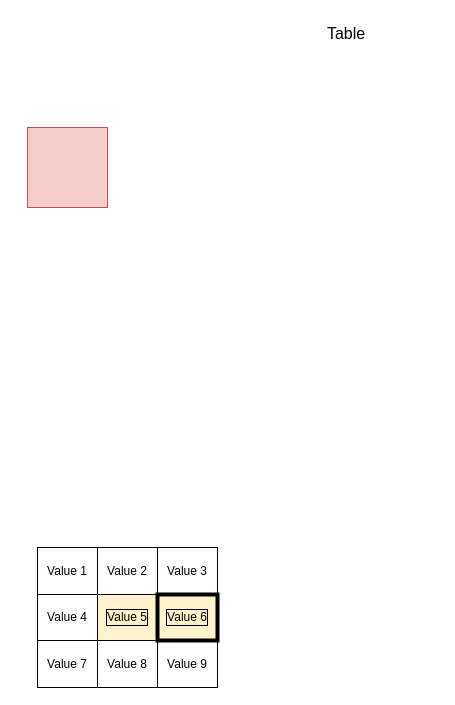
The draw.io diagram page "ページ1" (1 of 2) of 課題１.drawio in hosokawa3217/uml-assignment, before the edit. Source tidied: cells renumbered, new cells numbered last; positions are measured from the earlier drawing's top-left corner, leaving out a move shared by most shapes. Both pictures are drawn from the tidied source at 100%, with x=0, y=0 at pixel (27, 17).
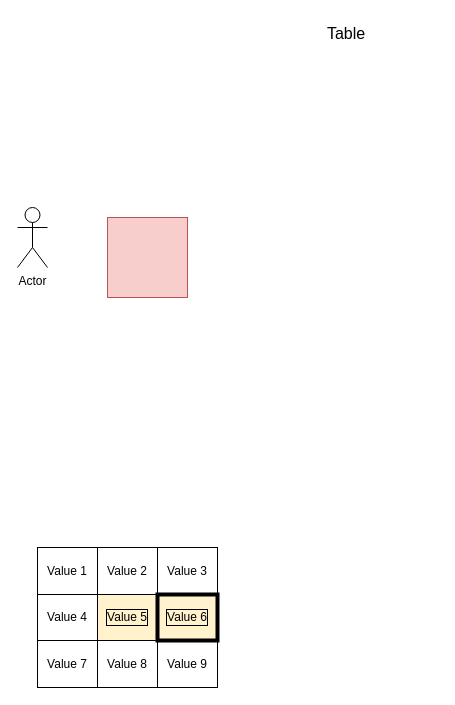
Above is the later version.

Commit message:
課題１.drawio を更新します

What changed in the source:
```diff
@@
     <mxCell id="2" style="whiteSpace=wrap;html=1;fillColor=#f8cecc;strokeColor=#b85450;" parent="1" vertex="1">
-      <mxGeometry y="110" width="80" height="80" as="geometry" />
+      <mxGeometry x="80" y="200" width="80" height="80" as="geometry" />
     </mxCell>
@@
+    <mxCell id="29" value="Actor" style="shape=umlActor;verticalLabelPosition=bottom;verticalAlign=top;html=1;" parent="1" vertex="1">
+      <mxGeometry x="-10" y="190" width="30" height="60" as="geometry" />
+    </mxCell>
```
